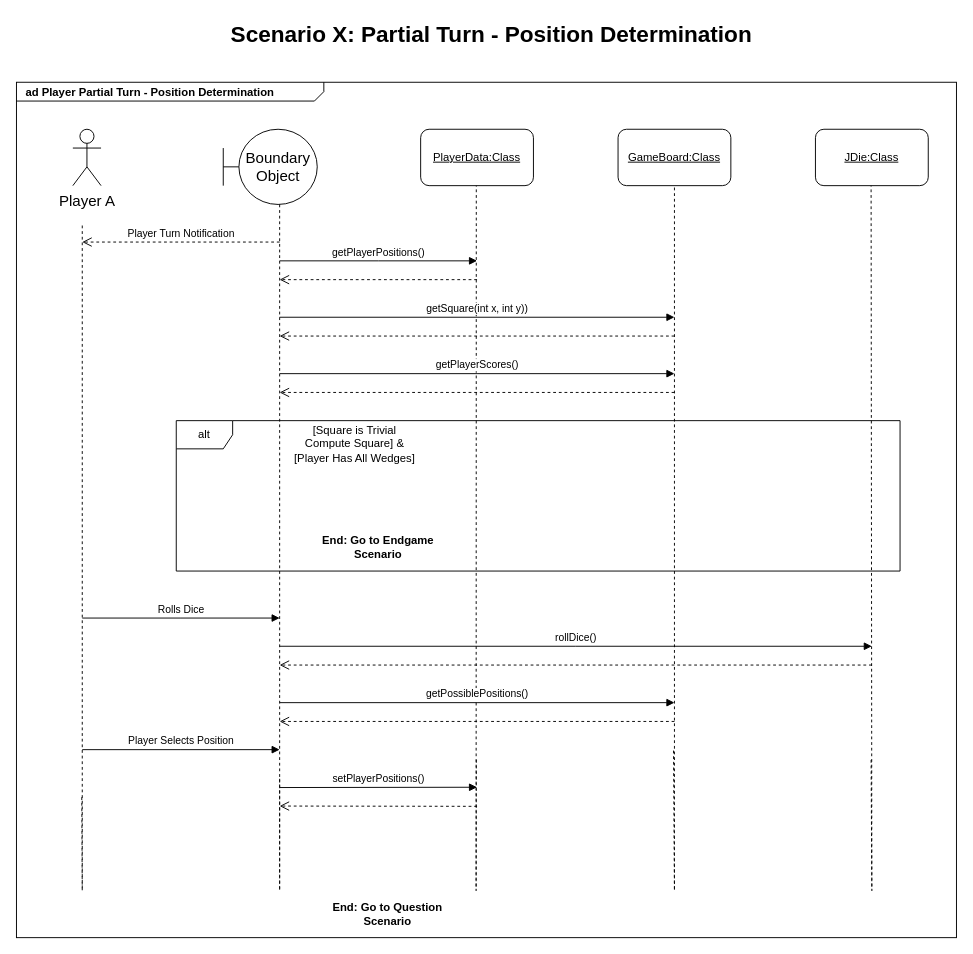
Before: Untitled Diagram.drawio in ZBrr271/Diagrams, a draw.io diagram. Source tidied: cells renumbered, new cells numbered last; positions are measured from the earlier drawing's top-left corner, leaving out a move shared by most shapes. Both pictures are drawn from the tidied source at 94%, with x=0, y=0 at pixel (16, 16).
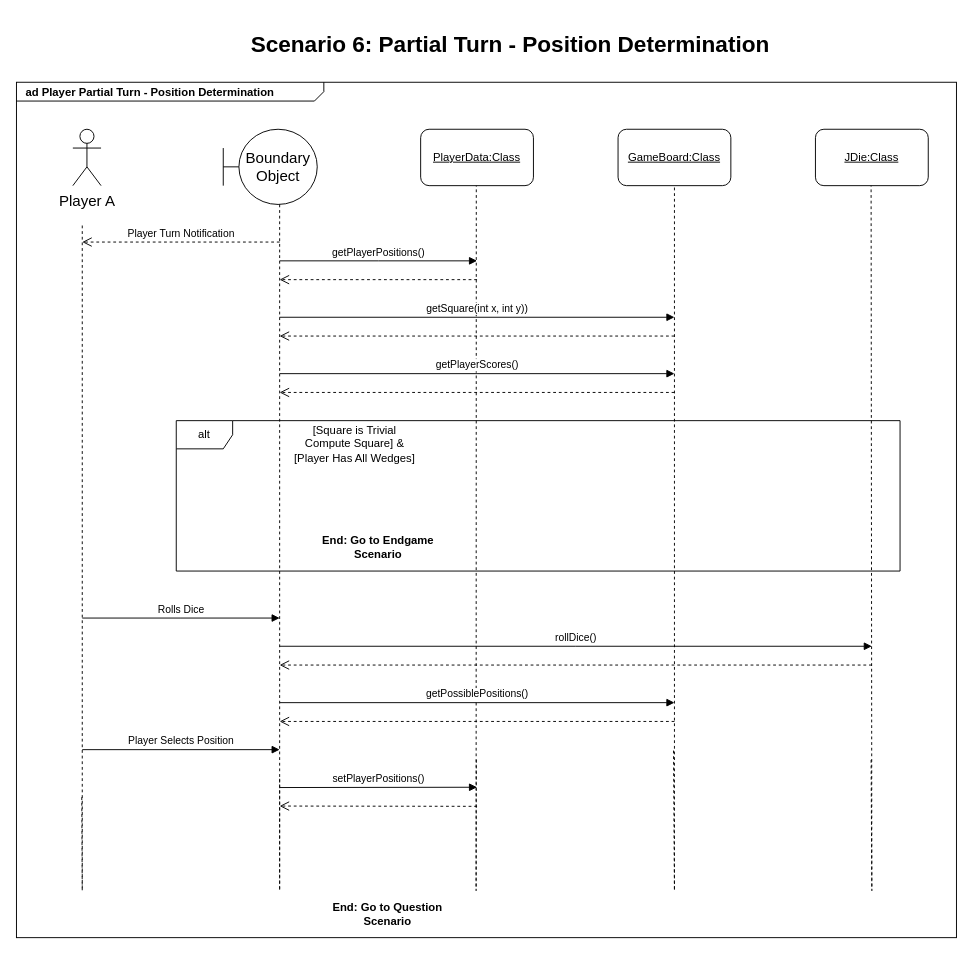
Above is the later version.

The edit, as a diff of the source:
```diff
@@
-    <mxCell id="8" value="Scenario X: Partial Turn - Position Determination" style="text;strokeColor=none;fillColor=none;html=1;fontSize=24;fontStyle=1;verticalAlign=middle;align=center;" parent="1" vertex="1">
-      <mxGeometry x="220" width="570" height="40" as="geometry" />
+    <mxCell id="8" value="Scenario 6: Partial Turn - Position Determination" style="text;strokeColor=none;fillColor=none;html=1;fontSize=24;fontStyle=1;verticalAlign=middle;align=center;" parent="1" vertex="1">
+      <mxGeometry x="240" y="10" width="570" height="40" as="geometry" />
     </mxCell>
```
